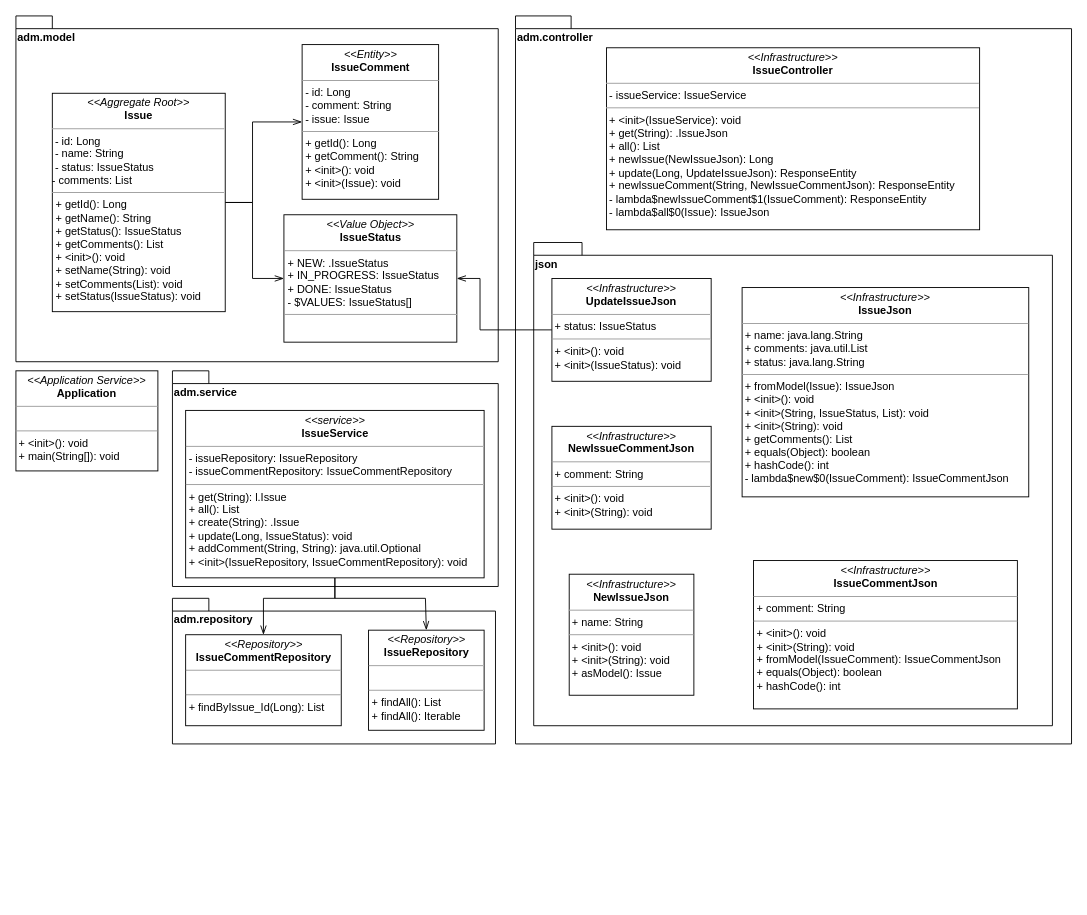
DanielKraft/bachelor-thesis keeps this draw.io diagram as page "old" (1 of 2) of gfx/example/adm/raw/uml-adm.drawio. Above is the earlier version. Source tidied: cells renumbered, new cells numbered last; positions are measured from the earlier drawing's top-left corner, leaving out a move shared by most shapes. Both pictures are drawn from the tidied source at 91%, with x=0, y=0 at pixel (15, 15).
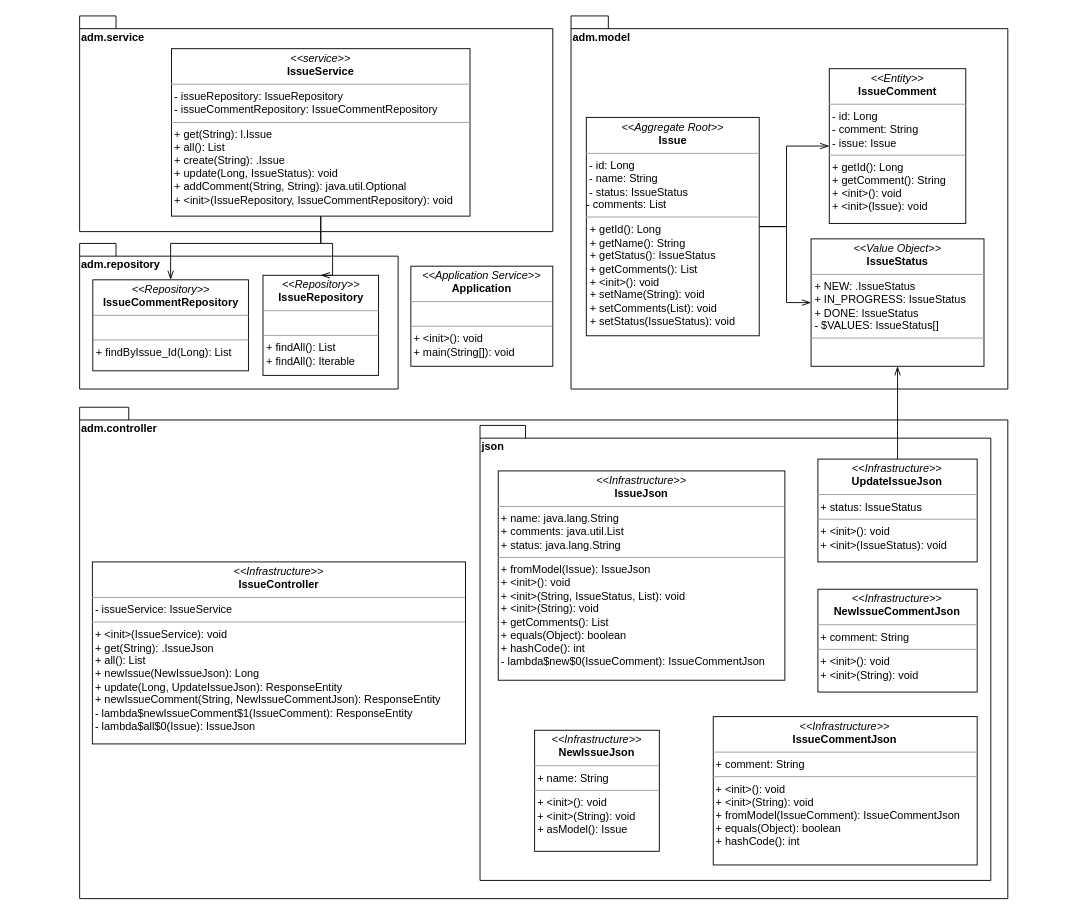
After the change.

Diff of the diagram source:
```diff
@@
     <mxCell id="2" value="&lt;div&gt;adm.model&lt;/div&gt;" style="shape=folder;fontStyle=1;spacingTop=10;tabWidth=40;tabHeight=14;tabPosition=left;html=1;verticalAlign=top;align=left;" parent="1" vertex="1">
-      <mxGeometry width="530" height="380" as="geometry" />
+      <mxGeometry x="610" width="480" height="410" as="geometry" />
     </mxCell>
     <mxCell id="3" value="&lt;p style=&quot;margin: 0px ; margin-top: 4px ; text-align: center&quot;&gt;&lt;i&gt;&amp;lt;&amp;lt;Value Object&amp;gt;&amp;gt;&lt;/i&gt;&lt;br&gt;&lt;b&gt;IssueStatus&lt;/b&gt;&lt;/p&gt;&lt;hr size=&quot;1&quot;&gt;&lt;p style=&quot;margin: 0px ; margin-left: 4px&quot;&gt;+ NEW: .IssueStatus&lt;/p&gt;&lt;p style=&quot;margin: 0px ; margin-left: 4px&quot;&gt;+ IN_PROGRESS: IssueStatus&lt;/p&gt;&lt;p style=&quot;margin: 0px ; margin-left: 4px&quot;&gt;+ DONE: IssueStatus&lt;/p&gt;&lt;p style=&quot;margin: 0px ; margin-left: 4px&quot;&gt;- $VALUES: IssueStatus[]&lt;/p&gt;&lt;hr size=&quot;1&quot;&gt;&lt;p style=&quot;margin: 0px ; margin-left: 4px&quot;&gt;&lt;br&gt;&lt;/p&gt;" style="verticalAlign=top;align=left;overflow=fill;fontSize=12;fontFamily=Helvetica;html=1;" parent="1" vertex="1">
-      <mxGeometry x="294.5" y="218.5" width="190" height="140" as="geometry" />
+      <mxGeometry x="873.8" y="245" width="190" height="140" as="geometry" />
     </mxCell>
     <mxCell id="4" style="edgeStyle=orthogonalEdgeStyle;rounded=0;jettySize=auto;html=1;entryX=0;entryY=0.5;entryDx=0;entryDy=0;startSize=8;endArrow=openThin;endFill=0;endSize=8;" parent="1" edge="1" source="6" target="7">
       <mxGeometry relative="1" as="geometry">
         <Array as="points">
-          <mxPoint x="260" y="205" />
-          <mxPoint x="260" y="116" />
+          <mxPoint x="846.8" y="231.5" />
+          <mxPoint x="846.8" y="142.5" />
         </Array>
       </mxGeometry>
     </mxCell>
     <mxCell id="5" style="edgeStyle=orthogonalEdgeStyle;rounded=0;jettySize=auto;html=1;entryX=0;entryY=0.5;entryDx=0;entryDy=0;startSize=8;endArrow=openThin;endFill=0;endSize=8;" parent="1" edge="1" source="6" target="3">
       <mxGeometry relative="1" as="geometry">
         <Array as="points">
-          <mxPoint x="260" y="205" />
-          <mxPoint x="260" y="289" />
+          <mxPoint x="846.8" y="231.5" />
+          <mxPoint x="846.8" y="315.5" />
         </Array>
       </mxGeometry>
     </mxCell>
     <mxCell id="6" value="&lt;p style=&quot;margin: 0px ; margin-top: 4px ; text-align: center&quot;&gt;&lt;i&gt;&amp;lt;&amp;lt;Aggregate Root&amp;gt;&amp;gt;&lt;/i&gt;&lt;br&gt;&lt;b&gt;Issue&lt;/b&gt;&lt;/p&gt;&lt;hr size=&quot;1&quot;&gt;&lt;div&gt;&amp;nbsp;- id: Long&lt;/div&gt;&lt;div&gt;&amp;nbsp;- name: String&lt;/div&gt;&lt;div&gt;&amp;nbsp;- status: IssueStatus&lt;/div&gt;&lt;div&gt;- comments: List&lt;/div&gt;&lt;hr size=&quot;1&quot;&gt;&lt;p style=&quot;margin: 0px ; margin-left: 4px&quot;&gt;+ getId(): Long&lt;/p&gt;&lt;p style=&quot;margin: 0px ; margin-left: 4px&quot;&gt;+ getName(): String&lt;/p&gt;&lt;p style=&quot;margin: 0px ; margin-left: 4px&quot;&gt;+ getStatus(): IssueStatus&lt;/p&gt;&lt;p style=&quot;margin: 0px ; margin-left: 4px&quot;&gt;+ getComments(): List&lt;/p&gt;&lt;p style=&quot;margin: 0px ; margin-left: 4px&quot;&gt;+ &amp;lt;init&amp;gt;(): void&lt;/p&gt;&lt;p style=&quot;margin: 0px ; margin-left: 4px&quot;&gt;+ setName(String): void&lt;/p&gt;&lt;p style=&quot;margin: 0px ; margin-left: 4px&quot;&gt;+ setComments(List): void&lt;/p&gt;&lt;p style=&quot;margin: 0px ; margin-left: 4px&quot;&gt;+ setStatus(IssueStatus): void&lt;br&gt;&lt;/p&gt;" style="verticalAlign=top;align=left;overflow=fill;fontSize=12;fontFamily=Helvetica;html=1;" parent="1" vertex="1">
-      <mxGeometry x="40" y="85" width="190" height="240" as="geometry" />
+      <mxGeometry x="626.8" y="111.5" width="190" height="240" as="geometry" />
     </mxCell>
     <mxCell id="7" value="&lt;p style=&quot;margin: 0px ; margin-top: 4px ; text-align: center&quot;&gt;&lt;i&gt;&amp;lt;&amp;lt;Entity&amp;gt;&amp;gt;&lt;/i&gt;&lt;br&gt;&lt;b&gt;IssueComment&lt;/b&gt;&lt;/p&gt;&lt;hr size=&quot;1&quot;&gt;&lt;div&gt;&amp;nbsp;- id: Long&lt;div&gt;&amp;nbsp;- comment: String&lt;/div&gt;&lt;div&gt;&amp;nbsp;- issue: Issue&lt;/div&gt;&lt;/div&gt;&lt;hr size=&quot;1&quot;&gt;&lt;div&gt;&amp;nbsp;+ getId(): Long&lt;/div&gt;&lt;div&gt;&amp;nbsp;+ getComment(): String&lt;/div&gt;&lt;div&gt;&amp;nbsp;+ &amp;lt;init&amp;gt;(): void&lt;/div&gt;&lt;div&gt;&amp;nbsp;+ &amp;lt;init&amp;gt;(Issue): void&lt;/div&gt;" style="verticalAlign=top;align=left;overflow=fill;fontSize=12;fontFamily=Helvetica;html=1;" parent="1" vertex="1">
-      <mxGeometry x="314.5" y="31.5" width="150" height="170" as="geometry" />
+      <mxGeometry x="893.8" y="58" width="150" height="170" as="geometry" />
     </mxCell>
     <mxCell id="8" value="&lt;div&gt;adm.controller&lt;/div&gt;" style="shape=folder;fontStyle=1;spacingTop=10;tabWidth=40;tabHeight=14;tabPosition=left;html=1;verticalAlign=top;align=left;" parent="1" vertex="1">
-      <mxGeometry x="549" width="611" height="800" as="geometry" />
+      <mxGeometry x="70" y="430" width="1020" height="540" as="geometry" />
     </mxCell>
     <mxCell id="9" value="&lt;div&gt;json&lt;/div&gt;" style="shape=folder;fontStyle=1;spacingTop=10;tabWidth=40;tabHeight=14;tabPosition=left;html=1;verticalAlign=top;align=left;" parent="1" vertex="1">
-      <mxGeometry x="569" y="249" width="570" height="531" as="geometry" />
+      <mxGeometry x="510" y="450" width="561.3" height="500" as="geometry" />
     </mxCell>
     <mxCell id="10" value="&lt;p style=&quot;margin: 0px ; margin-top: 4px ; text-align: center&quot;&gt;&lt;i&gt;&amp;lt;&amp;lt;Infrastructure&amp;gt;&amp;gt;&lt;/i&gt;&lt;br&gt;&lt;b&gt;IssueController&lt;/b&gt;&lt;/p&gt;&lt;hr size=&quot;1&quot;&gt;&lt;div&gt;&amp;nbsp;- issueService: IssueService&lt;/div&gt;&lt;hr size=&quot;1&quot;&gt;&lt;div&gt;&amp;nbsp;+ &amp;lt;init&amp;gt;(IssueService): void&lt;/div&gt;&lt;div&gt;&amp;nbsp;+ get(String): .IssueJson&lt;/div&gt;&lt;div&gt;&amp;nbsp;+ all(): List&lt;/div&gt;&lt;div&gt;&amp;nbsp;+ newIssue(NewIssueJson): Long&lt;/div&gt;&lt;div&gt;&amp;nbsp;+ update(Long, UpdateIssueJson): ResponseEntity&lt;/div&gt;&lt;div&gt;&amp;nbsp;+ newIssueComment(String, NewIssueCommentJson): ResponseEntity&lt;/div&gt;&lt;div&gt;&amp;nbsp;- lambda$newIssueComment$1(IssueComment): ResponseEntity&lt;/div&gt;&lt;div&gt;&amp;nbsp;- lambda$all$0(Issue): IssueJson&lt;/div&gt;" style="verticalAlign=top;align=left;overflow=fill;fontSize=12;fontFamily=Helvetica;html=1;" parent="1" vertex="1">
-      <mxGeometry x="649" y="35" width="410" height="200" as="geometry" />
+      <mxGeometry x="84" y="600" width="410" height="200" as="geometry" />
     </mxCell>
     <mxCell id="11" value="&lt;p style=&quot;margin: 0px ; margin-top: 4px ; text-align: center&quot;&gt;&lt;i&gt;&amp;lt;&amp;lt;Infrastructure&amp;gt;&amp;gt;&lt;/i&gt;&lt;br&gt;&lt;b&gt;NewIssueCommentJson&lt;/b&gt;&lt;/p&gt;&lt;hr size=&quot;1&quot;&gt;&lt;div&gt;&amp;nbsp;+ comment: String&lt;/div&gt;&lt;hr size=&quot;1&quot;&gt;&lt;div&gt;&amp;nbsp;+ &amp;lt;init&amp;gt;(): void&lt;/div&gt;&lt;div&gt;&amp;nbsp;+ &amp;lt;init&amp;gt;(String): void&lt;/div&gt;" style="verticalAlign=top;align=left;overflow=fill;fontSize=12;fontFamily=Helvetica;html=1;" parent="1" vertex="1">
-      <mxGeometry x="589" y="451" width="175" height="113" as="geometry" />
+      <mxGeometry x="881.3" y="630" width="175" height="113" as="geometry" />
     </mxCell>
-    <mxCell id="12" style="edgeStyle=orthogonalEdgeStyle;rounded=0;jettySize=auto;html=1;entryX=1;entryY=0.5;entryDx=0;entryDy=0;startSize=8;endArrow=openThin;endFill=0;endSize=8;" parent="1" edge="1" source="13" target="3">
-      <mxGeometry relative="1" as="geometry">
-        <Array as="points">
-          <mxPoint x="510" y="345" />
-          <mxPoint x="510" y="289" />
-        </Array>
-      </mxGeometry>
+    <mxCell id="12" style="edgeStyle=orthogonalEdgeStyle;rounded=0;jettySize=auto;html=1;entryX=0.5;entryY=1;entryDx=0;entryDy=0;endSize=8;startSize=8;endArrow=openThin;endFill=0;" parent="1" edge="1" source="13" target="3">
+      <mxGeometry relative="1" as="geometry" />
     </mxCell>
     <mxCell id="13" value="&lt;p style=&quot;margin: 0px ; margin-top: 4px ; text-align: center&quot;&gt;&lt;i&gt;&amp;lt;&amp;lt;Infrastructure&amp;gt;&amp;gt;&lt;/i&gt;&lt;br&gt;&lt;b&gt;UpdateIssueJson&lt;/b&gt;&lt;/p&gt;&lt;hr size=&quot;1&quot;&gt;&lt;div&gt;&amp;nbsp;+ status: IssueStatus&lt;br&gt;&lt;/div&gt;&lt;hr size=&quot;1&quot;&gt;&lt;div&gt;&amp;nbsp;+ &amp;lt;init&amp;gt;(): void&lt;/div&gt;&lt;div&gt;&amp;nbsp;+ &amp;lt;init&amp;gt;(IssueStatus): void&lt;/div&gt;" style="verticalAlign=top;align=left;overflow=fill;fontSize=12;fontFamily=Helvetica;html=1;" parent="1" vertex="1">
-      <mxGeometry x="589" y="288.5" width="175" height="113" as="geometry" />
+      <mxGeometry x="881.3" y="487" width="175" height="113" as="geometry" />
     </mxCell>
     <mxCell id="14" value="&lt;p style=&quot;margin: 0px ; margin-top: 4px ; text-align: center&quot;&gt;&lt;i&gt;&amp;lt;&amp;lt;Infrastructure&amp;gt;&amp;gt;&lt;/i&gt;&lt;br&gt;&lt;b&gt;IssueJson&lt;/b&gt;&lt;/p&gt;&lt;hr size=&quot;1&quot;&gt;&lt;div&gt;&amp;nbsp;+ name: java.lang.String&lt;/div&gt;&lt;div&gt;&amp;nbsp;+ comments: java.util.List&lt;/div&gt;&lt;div&gt;&amp;nbsp;+ status: java.lang.String&lt;br&gt;&lt;/div&gt;&lt;hr size=&quot;1&quot;&gt;&lt;div&gt;&amp;nbsp;+ fromModel(Issue): IssueJson&lt;/div&gt;&lt;div&gt;&amp;nbsp;+ &amp;lt;init&amp;gt;(): void&lt;/div&gt;&lt;div&gt;&amp;nbsp;+ &amp;lt;init&amp;gt;(String, IssueStatus, List): void&lt;/div&gt;&lt;div&gt;&amp;nbsp;+ &amp;lt;init&amp;gt;(String): void&lt;/div&gt;&lt;div&gt;&amp;nbsp;+ getComments(): List&lt;/div&gt;&lt;div&gt;&amp;nbsp;+ equals(Object): boolean&lt;/div&gt;&lt;div&gt;&amp;nbsp;+ hashCode(): int&lt;/div&gt;&lt;div&gt;&amp;nbsp;- lambda$new$0(IssueComment): IssueCommentJson&lt;/div&gt;" style="verticalAlign=top;align=left;overflow=fill;fontSize=12;fontFamily=Helvetica;html=1;" parent="1" vertex="1">
-      <mxGeometry x="798" y="298.5" width="315" height="230" as="geometry" />
+      <mxGeometry x="530" y="500" width="315" height="230" as="geometry" />
     </mxCell>
     <mxCell id="15" value="&lt;p style=&quot;margin: 0px ; margin-top: 4px ; text-align: center&quot;&gt;&lt;i&gt;&amp;lt;&amp;lt;Infrastructure&amp;gt;&amp;gt;&lt;/i&gt;&lt;br&gt;&lt;b&gt;NewIssueJson&lt;/b&gt;&lt;/p&gt;&lt;hr size=&quot;1&quot;&gt;&lt;div&gt;&amp;nbsp;+ name: String&lt;/div&gt;&lt;hr size=&quot;1&quot;&gt;&lt;div&gt;&amp;nbsp;+ &amp;lt;init&amp;gt;(): void&lt;/div&gt;&lt;div&gt;&amp;nbsp;+ &amp;lt;init&amp;gt;(String): void&lt;/div&gt;&lt;div&gt;&amp;nbsp;+ asModel(): Issue&lt;br&gt;&lt;/div&gt;" style="verticalAlign=top;align=left;overflow=fill;fontSize=12;fontFamily=Helvetica;html=1;" parent="1" vertex="1">
-      <mxGeometry x="608" y="613.5" width="137" height="133" as="geometry" />
+      <mxGeometry x="570" y="785" width="137" height="133" as="geometry" />
     </mxCell>
     <mxCell id="16" value="&lt;p style=&quot;margin: 0px ; margin-top: 4px ; text-align: center&quot;&gt;&lt;i&gt;&amp;lt;&amp;lt;Infrastructure&amp;gt;&amp;gt;&lt;/i&gt;&lt;br&gt;&lt;b&gt;IssueCommentJson&lt;/b&gt;&lt;/p&gt;&lt;hr size=&quot;1&quot;&gt;&lt;div&gt;&amp;nbsp;+ comment: String&lt;/div&gt;&lt;hr size=&quot;1&quot;&gt;&lt;div&gt;&amp;nbsp;+ &amp;lt;init&amp;gt;(): void&lt;/div&gt;&lt;div&gt;&amp;nbsp;+ &amp;lt;init&amp;gt;(String): void&lt;/div&gt;&lt;div&gt;&amp;nbsp;+ fromModel(IssueComment): IssueCommentJson&lt;/div&gt;&lt;div&gt;&amp;nbsp;+ equals(Object): boolean&lt;/div&gt;&lt;div&gt;&amp;nbsp;+ hashCode(): int&lt;br&gt;&lt;/div&gt;" style="verticalAlign=top;align=left;overflow=fill;fontSize=12;fontFamily=Helvetica;html=1;" parent="1" vertex="1">
-      <mxGeometry x="810.5" y="598.5" width="290" height="163" as="geometry" />
+      <mxGeometry x="766.3" y="770" width="290" height="163" as="geometry" />
     </mxCell>
     <mxCell id="17" value="&lt;p style=&quot;margin: 0px ; margin-top: 4px ; text-align: center&quot;&gt;&lt;i&gt;&amp;lt;&amp;lt;Application Service&amp;gt;&amp;gt;&lt;/i&gt;&lt;br&gt;&lt;b&gt;Application&lt;/b&gt;&lt;/p&gt;&lt;hr size=&quot;1&quot;&gt;&lt;div&gt;&lt;br&gt;&lt;/div&gt;&lt;hr size=&quot;1&quot;&gt;&lt;div&gt;&amp;nbsp;+ &amp;lt;init&amp;gt;(): void&lt;/div&gt;&lt;div&gt;&amp;nbsp;+ main(String[]): void&lt;/div&gt;" style="verticalAlign=top;align=left;overflow=fill;fontSize=12;fontFamily=Helvetica;html=1;" parent="1" vertex="1">
-      <mxGeometry y="390" width="156" height="110" as="geometry" />
+      <mxGeometry x="434" y="275" width="156" height="110" as="geometry" />
     </mxCell>
     <mxCell id="18" value="&lt;div&gt;adm.repository&lt;/div&gt;" style="shape=folder;fontStyle=1;spacingTop=10;tabWidth=40;tabHeight=14;tabPosition=left;html=1;verticalAlign=top;align=left;" parent="1" vertex="1">
-      <mxGeometry x="172" y="640" width="355" height="160" as="geometry" />
+      <mxGeometry x="70" y="250" width="350" height="160" as="geometry" />
     </mxCell>
     <mxCell id="19" value="&lt;p style=&quot;margin: 0px ; margin-top: 4px ; text-align: center&quot;&gt;&lt;i&gt;&amp;lt;&amp;lt;Repository&amp;gt;&amp;gt;&lt;/i&gt;&lt;br&gt;&lt;b&gt;IssueCommentRepository&lt;/b&gt;&lt;/p&gt;&lt;hr size=&quot;1&quot;&gt;&lt;div&gt;&lt;br&gt;&lt;/div&gt;&lt;hr size=&quot;1&quot;&gt;&lt;div&gt;&amp;nbsp;+ findByIssue_Id(Long): List&lt;/div&gt;" style="verticalAlign=top;align=left;overflow=fill;fontSize=12;fontFamily=Helvetica;html=1;" parent="1" vertex="1">
-      <mxGeometry x="186.5" y="680" width="171" height="100" as="geometry" />
+      <mxGeometry x="84.5" y="290" width="171" height="100" as="geometry" />
     </mxCell>
     <mxCell id="20" value="&lt;p style=&quot;margin: 0px ; margin-top: 4px ; text-align: center&quot;&gt;&lt;i&gt;&amp;lt;&amp;lt;Repository&amp;gt;&amp;gt;&lt;/i&gt;&lt;br&gt;&lt;b&gt;IssueRepository&lt;/b&gt;&lt;/p&gt;&lt;hr size=&quot;1&quot;&gt;&lt;div&gt;&lt;br&gt;&lt;/div&gt;&lt;hr size=&quot;1&quot;&gt;&lt;div&gt;&amp;nbsp;+ findAll(): List&lt;/div&gt;&lt;div&gt;&amp;nbsp;+ findAll(): Iterable&lt;/div&gt;" style="verticalAlign=top;align=left;overflow=fill;fontSize=12;fontFamily=Helvetica;html=1;" parent="1" vertex="1">
-      <mxGeometry x="387.5" y="675" width="127" height="110" as="geometry" />
+      <mxGeometry x="271.5" y="285" width="127" height="110" as="geometry" />
     </mxCell>
     <mxCell id="21" value="&lt;div&gt;adm.service&lt;/div&gt;" style="shape=folder;fontStyle=1;spacingTop=10;tabWidth=40;tabHeight=14;tabPosition=left;html=1;verticalAlign=top;align=left;" parent="1" vertex="1">
-      <mxGeometry x="172" y="390" width="358" height="237" as="geometry" />
+      <mxGeometry x="70" width="520" height="237" as="geometry" />
     </mxCell>
     <mxCell id="22" style="edgeStyle=orthogonalEdgeStyle;rounded=0;jettySize=auto;html=1;entryX=0.5;entryY=0;entryDx=0;entryDy=0;startSize=8;endArrow=openThin;endFill=0;endSize=8;" parent="1" edge="1" source="24" target="20">
       <mxGeometry relative="1" as="geometry">
         <Array as="points">
-          <mxPoint x="350" y="640" />
-          <mxPoint x="450" y="640" />
+          <mxPoint x="335" y="250" />
+          <mxPoint x="348" y="250" />
         </Array>
       </mxGeometry>
     </mxCell>
-    <mxCell id="23" style="edgeStyle=orthogonalEdgeStyle;rounded=0;jettySize=auto;html=1;entryX=0.5;entryY=0;entryDx=0;entryDy=0;startSize=8;endArrow=openThin;endFill=0;endSize=8;" parent="1" edge="1" source="24" target="19">
+    <mxCell id="23" style="edgeStyle=orthogonalEdgeStyle;rounded=0;jettySize=auto;html=1;entryX=0.5;entryY=0;entryDx=0;entryDy=0;startSize=8;endArrow=openThin;endFill=0;endSize=8;exitX=0.5;exitY=1;exitDx=0;exitDy=0;" parent="1" edge="1" source="24" target="19">
       <mxGeometry relative="1" as="geometry">
         <Array as="points">
-          <mxPoint x="350" y="640" />
-          <mxPoint x="272" y="640" />
+          <mxPoint x="335" y="250" />
+          <mxPoint x="170" y="250" />
         </Array>
       </mxGeometry>
     </mxCell>
     <mxCell id="24" value="&lt;p style=&quot;margin: 0px ; margin-top: 4px ; text-align: center&quot;&gt;&lt;i&gt;&amp;lt;&amp;lt;service&amp;gt;&amp;gt;&lt;/i&gt;&lt;br&gt;&lt;b&gt;IssueService&lt;/b&gt;&lt;/p&gt;&lt;hr size=&quot;1&quot;&gt;&lt;div&gt;&amp;nbsp;- issueRepository: IssueRepository&lt;/div&gt;&lt;div&gt;&amp;nbsp;- issueCommentRepository: IssueCommentRepository&lt;br&gt;&lt;/div&gt;&lt;hr size=&quot;1&quot;&gt;&lt;div&gt;&amp;nbsp;+ get(String): l.Issue&lt;/div&gt;&lt;div&gt;&amp;nbsp;+ all(): List&lt;/div&gt;&lt;div&gt;&amp;nbsp;+ create(String): .Issue&lt;/div&gt;&lt;div&gt;&amp;nbsp;+ update(Long, IssueStatus): void&lt;/div&gt;&lt;div&gt;&amp;nbsp;+ addComment(String, String): java.util.Optional&lt;/div&gt;&lt;div&gt;&amp;nbsp;+ &amp;lt;init&amp;gt;(IssueRepository, IssueCommentRepository): void&lt;/div&gt;" style="verticalAlign=top;align=left;overflow=fill;fontSize=12;fontFamily=Helvetica;html=1;" parent="1" vertex="1">
-      <mxGeometry x="186.5" y="433.5" width="328" height="184" as="geometry" />
+      <mxGeometry x="171" y="36" width="328" height="184" as="geometry" />
     </mxCell>
```
